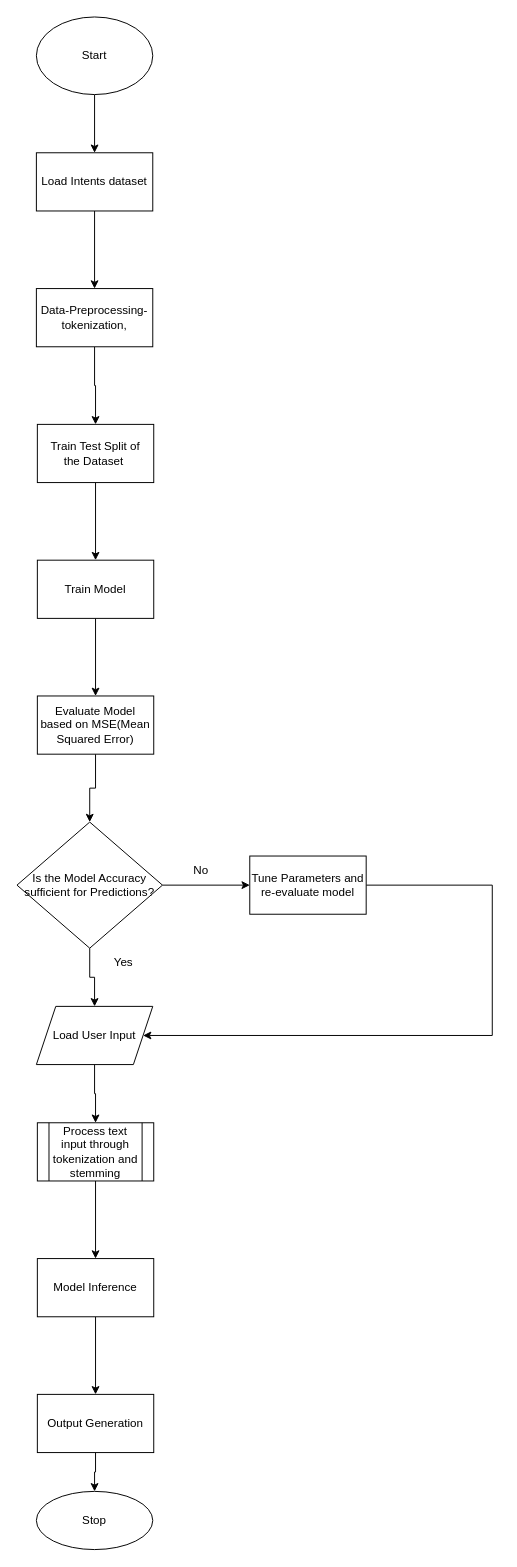
This is car_flowchart2.drawio from Mickmacha/Car_diagnostic_chatbot, a draw.io file, before an edit. Source tidied: cells renumbered, new cells numbered last; positions are measured from the earlier drawing's top-left corner, leaving out a move shared by most shapes. Both pictures are drawn from the tidied source at 97%, with x=0, y=0 at pixel (16, 16).
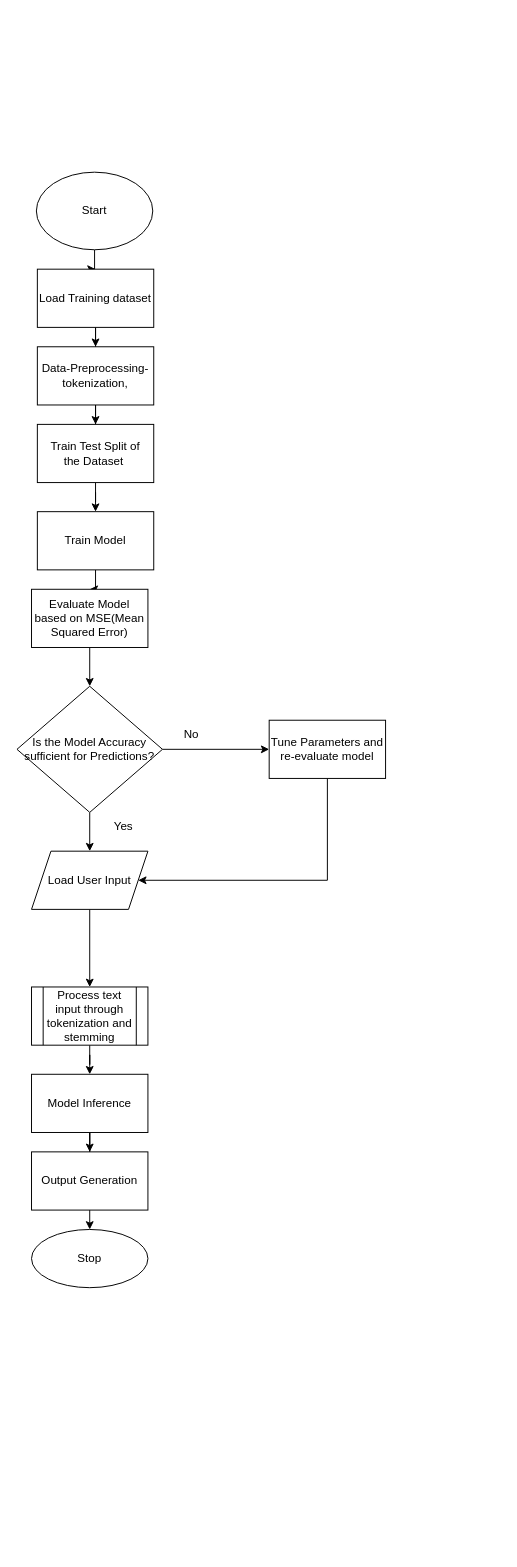
The same diagram, later.

The edit, as a diff of the source:
```diff
@@
     <mxCell id="3" value="Start" style="ellipse;whiteSpace=wrap;html=1;" parent="1" vertex="1">
-      <mxGeometry x="20" width="120" height="80" as="geometry" />
+      <mxGeometry x="20" y="160" width="120" height="80" as="geometry" />
     </mxCell>
@@
-    <mxCell id="5" value="Load Intents dataset" style="whiteSpace=wrap;html=1;" parent="1" vertex="1">
-      <mxGeometry x="20" y="140" width="120" height="60" as="geometry" />
+    <mxCell id="5" value="Load Training dataset" style="whiteSpace=wrap;html=1;" parent="1" vertex="1">
+      <mxGeometry x="21" y="260" width="120" height="60" as="geometry" />
     </mxCell>
@@
     <mxCell id="7" value="Data-Preprocessing-tokenization," style="whiteSpace=wrap;html=1;" parent="1" vertex="1">
-      <mxGeometry x="20" y="280" width="120" height="60" as="geometry" />
+      <mxGeometry x="21" y="340" width="120" height="60" as="geometry" />
     </mxCell>
@@
     <mxCell id="11" value="Train Model" style="whiteSpace=wrap;html=1;" parent="1" vertex="1">
-      <mxGeometry x="21" y="560" width="120" height="60" as="geometry" />
+      <mxGeometry x="21" y="510" width="120" height="60" as="geometry" />
     </mxCell>
@@
     <mxCell id="13" value="Evaluate Model based on MSE(Mean Squared Error)" style="whiteSpace=wrap;html=1;" parent="1" vertex="1">
-      <mxGeometry x="21" y="700" width="120" height="60" as="geometry" />
+      <mxGeometry x="15" y="590" width="120" height="60" as="geometry" />
     </mxCell>
@@
     <mxCell id="16" value="Is the Model Accuracy sufficient for Predictions?" style="rhombus;whiteSpace=wrap;html=1;" parent="1" vertex="1">
-      <mxGeometry y="830" width="150" height="130" as="geometry" />
+      <mxGeometry y="690" width="150" height="130" as="geometry" />
     </mxCell>
     <mxCell id="17" style="edgeStyle=orthogonalEdgeStyle;rounded=0;jettySize=auto;html=1;entryX=1;entryY=0.5;entryDx=0;entryDy=0;" parent="1" edge="1" source="18" target="21">
       <mxGeometry relative="1" as="geometry">
         <Array as="points">
-          <mxPoint x="490" y="895" />
-          <mxPoint x="490" y="1050" />
+          <mxPoint x="320" y="890" />
         </Array>
       </mxGeometry>
     </mxCell>
     <mxCell id="18" value="Tune Parameters and re-evaluate model" style="whiteSpace=wrap;html=1;" parent="1" vertex="1">
-      <mxGeometry x="240" y="865" width="120" height="60" as="geometry" />
+      <mxGeometry x="260" y="725" width="120" height="60" as="geometry" />
     </mxCell>
     <mxCell id="19" value="No" style="text;html=1;strokeColor=none;fillColor=none;align=center;verticalAlign=middle;whiteSpace=wrap;rounded=0;" parent="1" vertex="1">
-      <mxGeometry x="160" y="865" width="60" height="30" as="geometry" />
+      <mxGeometry x="150" y="725" width="60" height="30" as="geometry" />
     </mxCell>
@@
     <mxCell id="21" value="Load User Input" style="shape=parallelogram;perimeter=parallelogramPerimeter;whiteSpace=wrap;html=1;fixedSize=1;" parent="1" vertex="1">
-      <mxGeometry x="20" y="1020" width="120" height="60" as="geometry" />
+      <mxGeometry x="15" y="860" width="120" height="60" as="geometry" />
     </mxCell>
     <mxCell id="22" value="Yes" style="text;html=1;strokeColor=none;fillColor=none;align=center;verticalAlign=middle;whiteSpace=wrap;rounded=0;" parent="1" vertex="1">
-      <mxGeometry x="80" y="960" width="60" height="30" as="geometry" />
+      <mxGeometry x="80" y="820" width="60" height="30" as="geometry" />
     </mxCell>
@@
     <mxCell id="24" value="Process text input through tokenization and stemming" style="shape=process;whiteSpace=wrap;html=1;backgroundOutline=1;" parent="1" vertex="1">
-      <mxGeometry x="21" y="1140" width="120" height="60" as="geometry" />
+      <mxGeometry x="15" y="1000" width="120" height="60" as="geometry" />
     </mxCell>
@@
     <mxCell id="26" value="Model Inference" style="whiteSpace=wrap;html=1;" parent="1" vertex="1">
-      <mxGeometry x="21" y="1280" width="120" height="60" as="geometry" />
+      <mxGeometry x="15" y="1090" width="120" height="60" as="geometry" />
     </mxCell>
@@
     <mxCell id="28" value="Output Generation" style="whiteSpace=wrap;html=1;" parent="1" vertex="1">
-      <mxGeometry x="21" y="1420" width="120" height="60" as="geometry" />
+      <mxGeometry x="15" y="1170" width="120" height="60" as="geometry" />
     </mxCell>
     <mxCell id="29" value="Stop" style="ellipse;whiteSpace=wrap;html=1;" parent="1" vertex="1">
-      <mxGeometry x="20" y="1520" width="120" height="60" as="geometry" />
+      <mxGeometry x="15" y="1250" width="120" height="60" as="geometry" />
     </mxCell>
```
